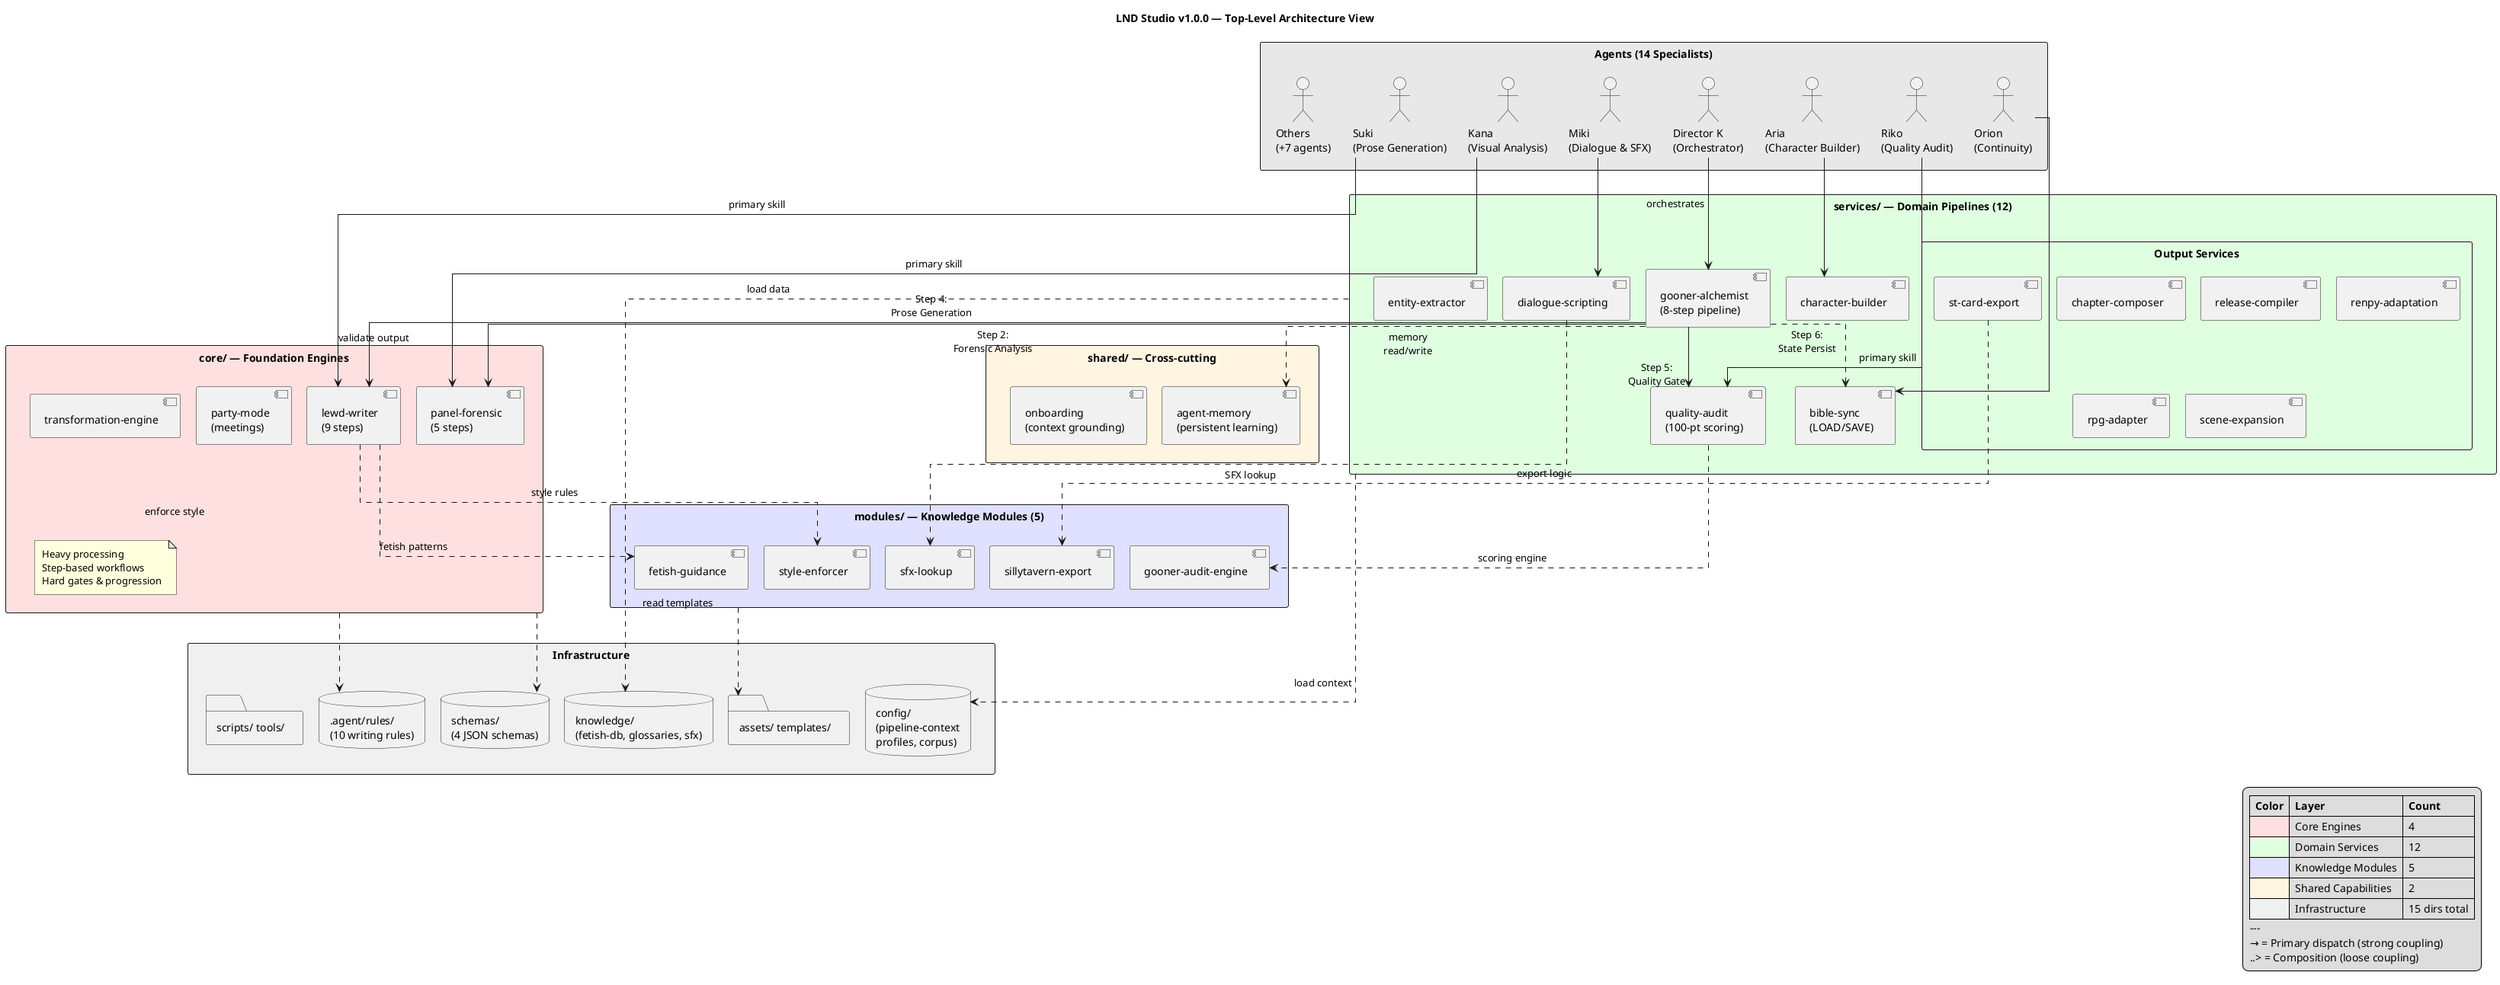
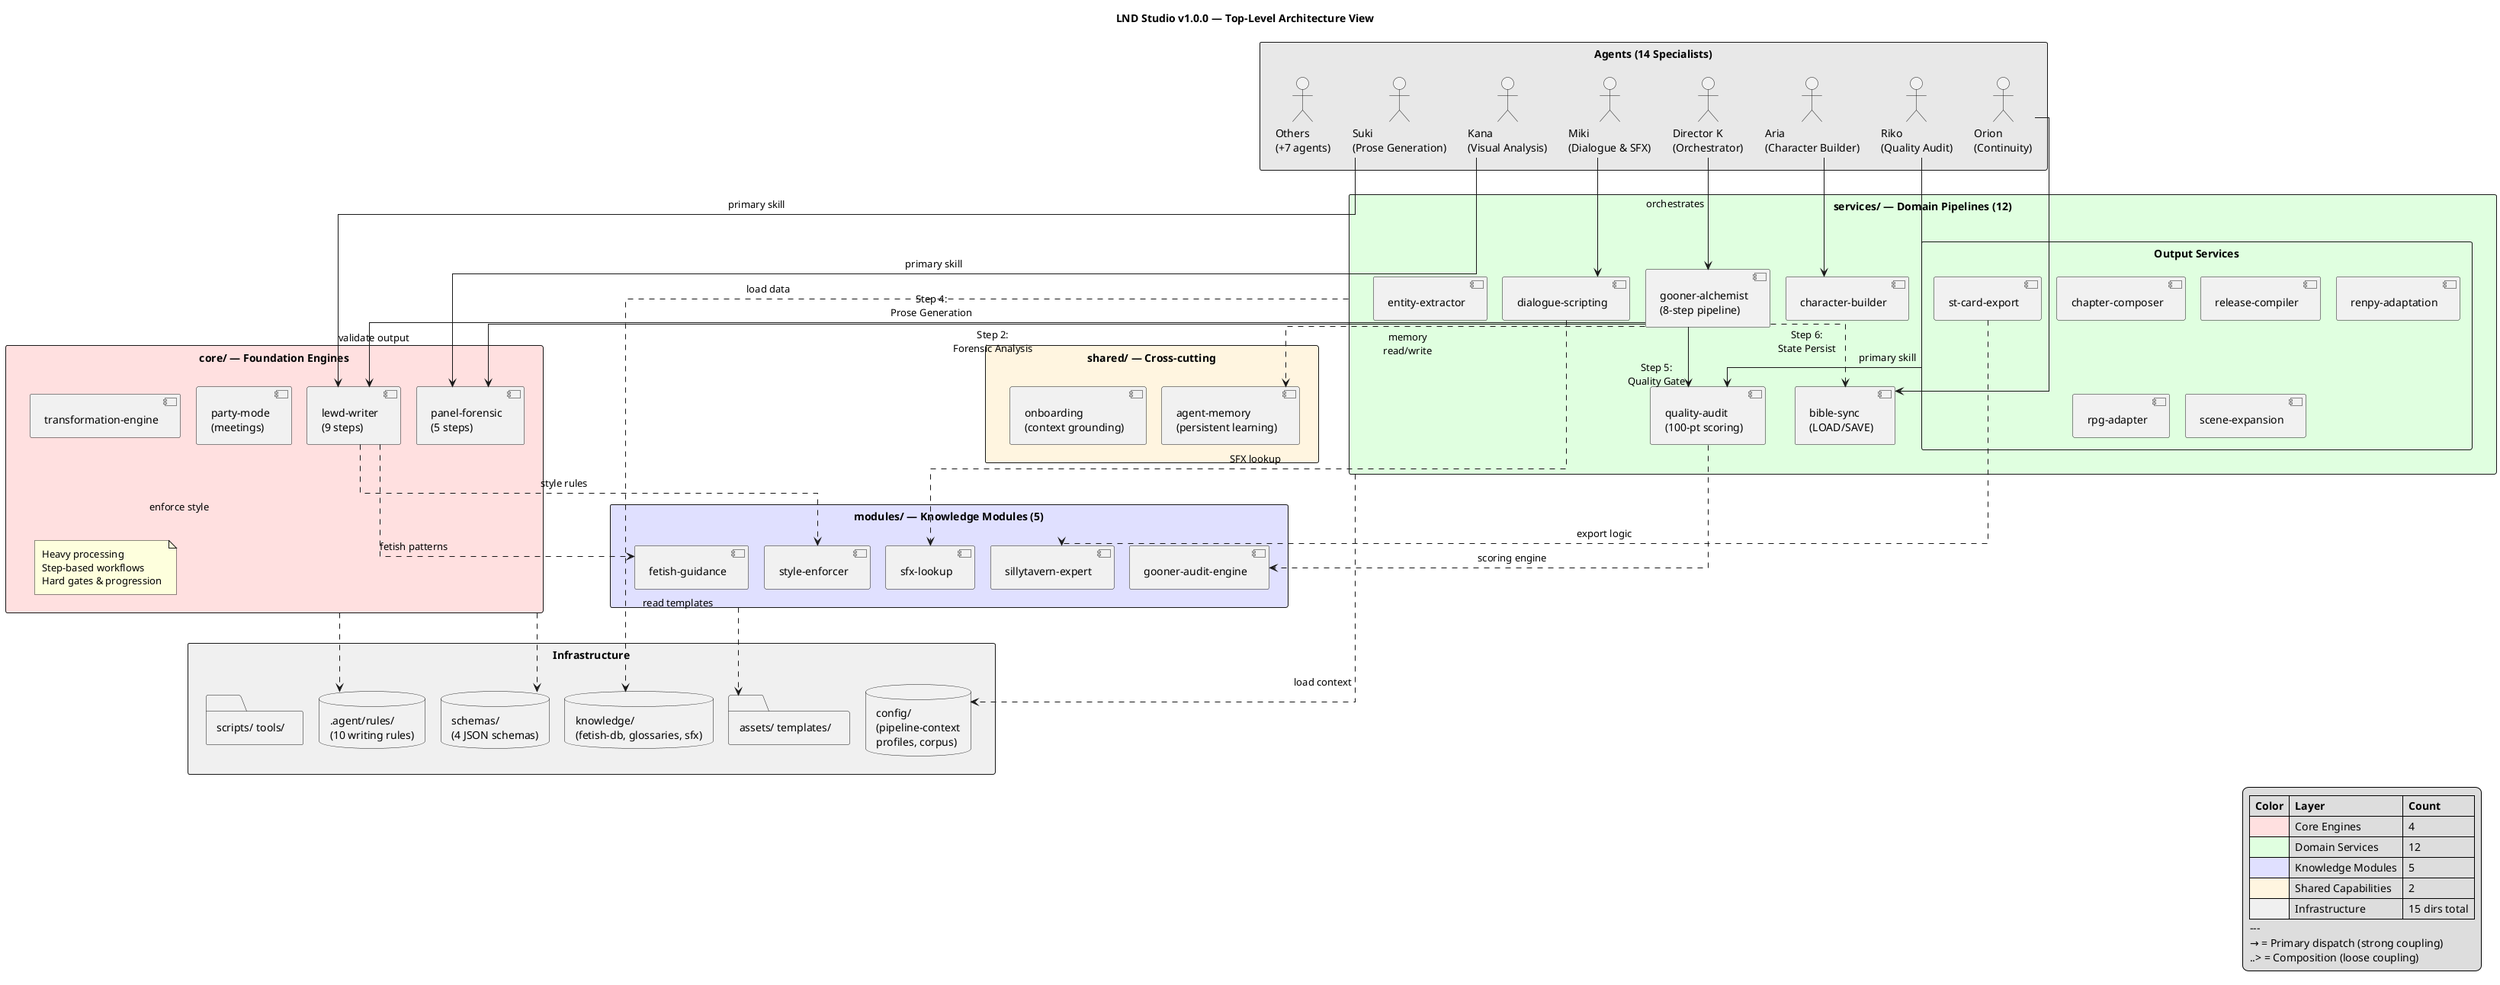
@startuml lnd_studio_top_level_view

title LND Studio v1.0.0 — Top-Level Architecture View
skinparam componentStyle uml2
skinparam packageStyle rectangle
skinparam linetype ortho
skinparam padding 4
skinparam nodesep 20
skinparam ranksep 30

' ============================================================
' AGENTS (external boundary)
' ============================================================
package "Agents (14 Specialists)" as AGENTS #e8e8e8 {
    actor "Director K\n(Orchestrator)" as DIR
    actor "Kana\n(Visual Analysis)" as KANA
    actor "Suki\n(Prose Generation)" as SUKI
    actor "Riko\n(Quality Audit)" as RIKO
    actor "Aria\n(Character Builder)" as ARIA
    actor "Miki\n(Dialogue & SFX)" as MIKI
    actor "Orion\n(Continuity)" as ORION
    actor "Others\n(+7 agents)" as OTHER_AGENTS
}

' ============================================================
' CORE LAYER — Foundation Engines
' ============================================================
package "core/ — Foundation Engines" as CORE #ffe0e0 {
    component "panel-forensic\n(5 steps)" as PF
    component "lewd-writer\n(9 steps)" as LW
    component "transformation-engine" as TE
    component "party-mode\n(meetings)" as PM

    note as N_CORE
        Heavy processing
        Step-based workflows
        Hard gates & progression
    end note
}

' ============================================================
' SERVICES LAYER — Business Logic Pipelines
' ============================================================
package "services/ — Domain Pipelines (12)" as SERVICES #e0ffe0 {
    component "gooner-alchemist\n(8-step pipeline)" as GA
    component "quality-audit\n(100-pt scoring)" as QA
    component "bible-sync\n(LOAD/SAVE)" as BS
    component "dialogue-scripting" as DS
    component "character-builder" as CB
    component "entity-extractor" as EE

    package "Output Services" as OUT_SVC {
        component "chapter-composer" as CC
        component "release-compiler" as RC
        component "renpy-adaptation" as RA
        component "rpg-adapter" as RPG
        component "st-card-export" as ST
        component "scene-expansion" as SE
    }
}

' ============================================================
' MODULES LAYER — Reusable Knowledge Utilities
' ============================================================
package "modules/ — Knowledge Modules (5)" as MODULES #e0e0ff {
    component "sfx-lookup" as SFX
    component "fetish-guidance" as FG
    component "gooner-audit-engine" as GAE
    component "style-enforcer" as STYLE
-     component "sillytavern-export" as STE
+     component "sillytavern-expert" as STE
}

' ============================================================
' SHARED — Cross-cutting Capabilities
' ============================================================
package "shared/ — Cross-cutting" as SHARED #fff5e0 {
    component "agent-memory\n(persistent learning)" as AM
    component "onboarding\n(context grounding)" as OB
}

' ============================================================
' INFRASTRUCTURE — Config, Schemas, Knowledge
' ============================================================
package "Infrastructure" as INFRA #f0f0f0 {
    database "config/\n(pipeline-context\nprofiles, corpus)" as CONFIG
    database "schemas/\n(4 JSON schemas)" as SCHEMAS
    database "knowledge/\n(fetish-db, glossaries, sfx)" as KNOWLEDGE
    database ".agent/rules/\n(10 writing rules)" as RULES
    folder "assets/ templates/" as ASSETS
    folder "scripts/ tools/" as TOOLS
}

' ============================================================
' RELATIONSHIPS — Agent → Skill
' ============================================================
DIR --> GA : orchestrates
KANA --> PF : primary skill
SUKI --> LW : primary skill
RIKO --> QA : primary skill
ARIA --> CB
MIKI --> DS
ORION --> BS

' ============================================================
' RELATIONSHIPS — Service → Core (delegation)
' ============================================================
GA -down-> PF : Step 2:\nForensic Analysis
GA -down-> LW : Step 4:\nProse Generation
GA -down-> QA : Step 5:\nQuality Gate

' ============================================================
' RELATIONSHIPS — Service → Module (composition)
' ============================================================
QA ..> GAE : scoring engine
DS ..> SFX : SFX lookup
LW ..> FG : fetish patterns
LW ..> STYLE : style rules
ST ..> STE : export logic

' ============================================================
' RELATIONSHIPS — Cross-cutting
' ============================================================
GA ..> BS : Step 6:\nState Persist
GA ..> AM : memory\nread/write
SHARED -[hidden]down- INFRA

' ============================================================
' RELATIONSHIPS — Infrastructure
' ============================================================
CORE ..> SCHEMAS : validate output
CORE ..> RULES : enforce style
SERVICES ..> CONFIG : load context
SERVICES ..> KNOWLEDGE : load data
MODULES ..> ASSETS : read templates

' ============================================================
' LEGEND
' ============================================================
legend right
    |= Color |= Layer |= Count |
    | <#ffe0e0> | Core Engines | 4 |
    | <#e0ffe0> | Domain Services | 12 |
    | <#e0e0ff> | Knowledge Modules | 5 |
    | <#fff5e0> | Shared Capabilities | 2 |
    | <#f0f0f0> | Infrastructure | 15 dirs total |
    ---
    → = Primary dispatch (strong coupling)
    ..> = Composition (loose coupling)
endlegend

@enduml
